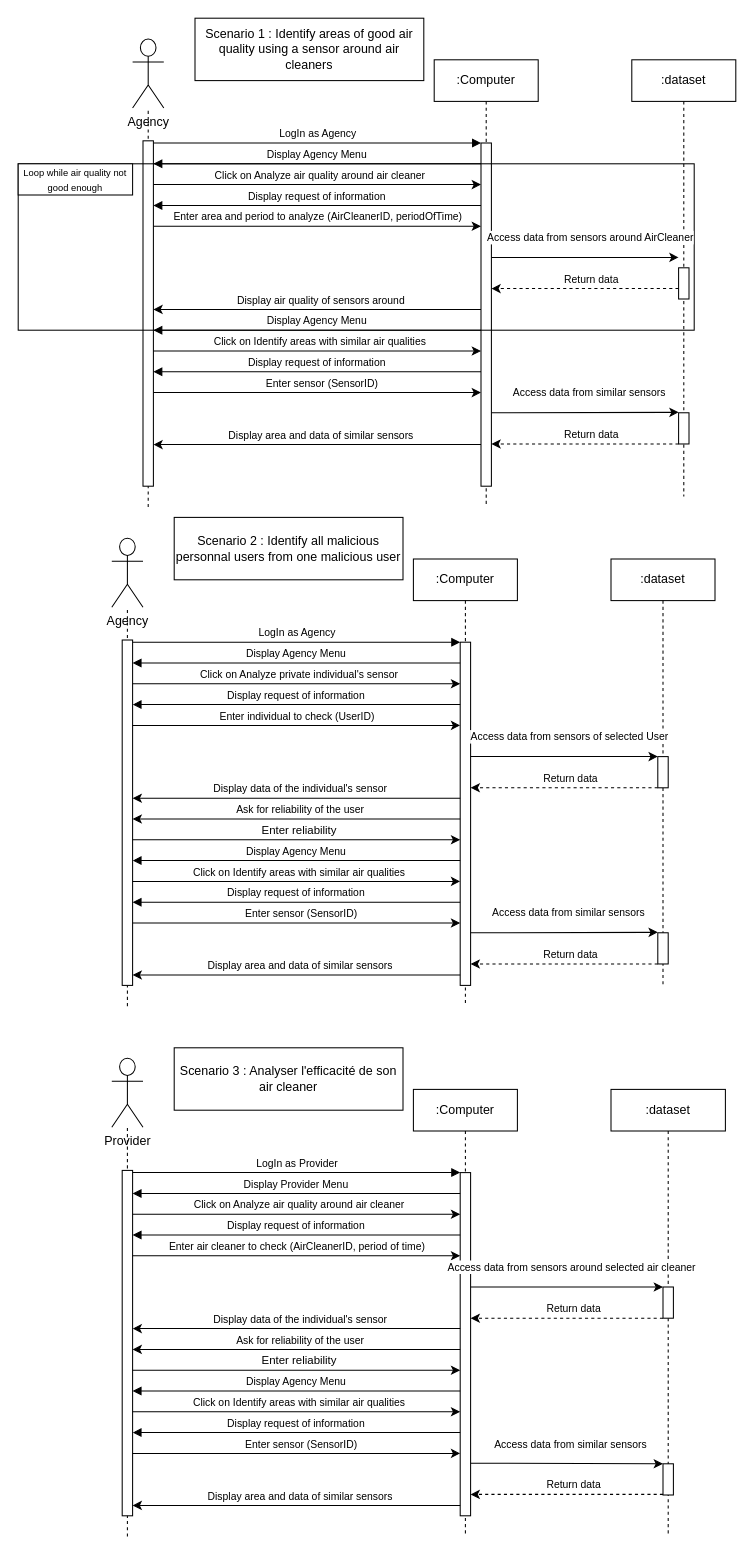
Before: Diagramme sans nom.drawio in Florian-LeVasseur/UML, a draw.io diagram. Source tidied: cells renumbered, new cells numbered last; positions are measured from the earlier drawing's top-left corner, leaving out a move shared by most shapes. Both pictures are drawn from the tidied source at 104%, with x=0, y=0 at pixel (18, 18).
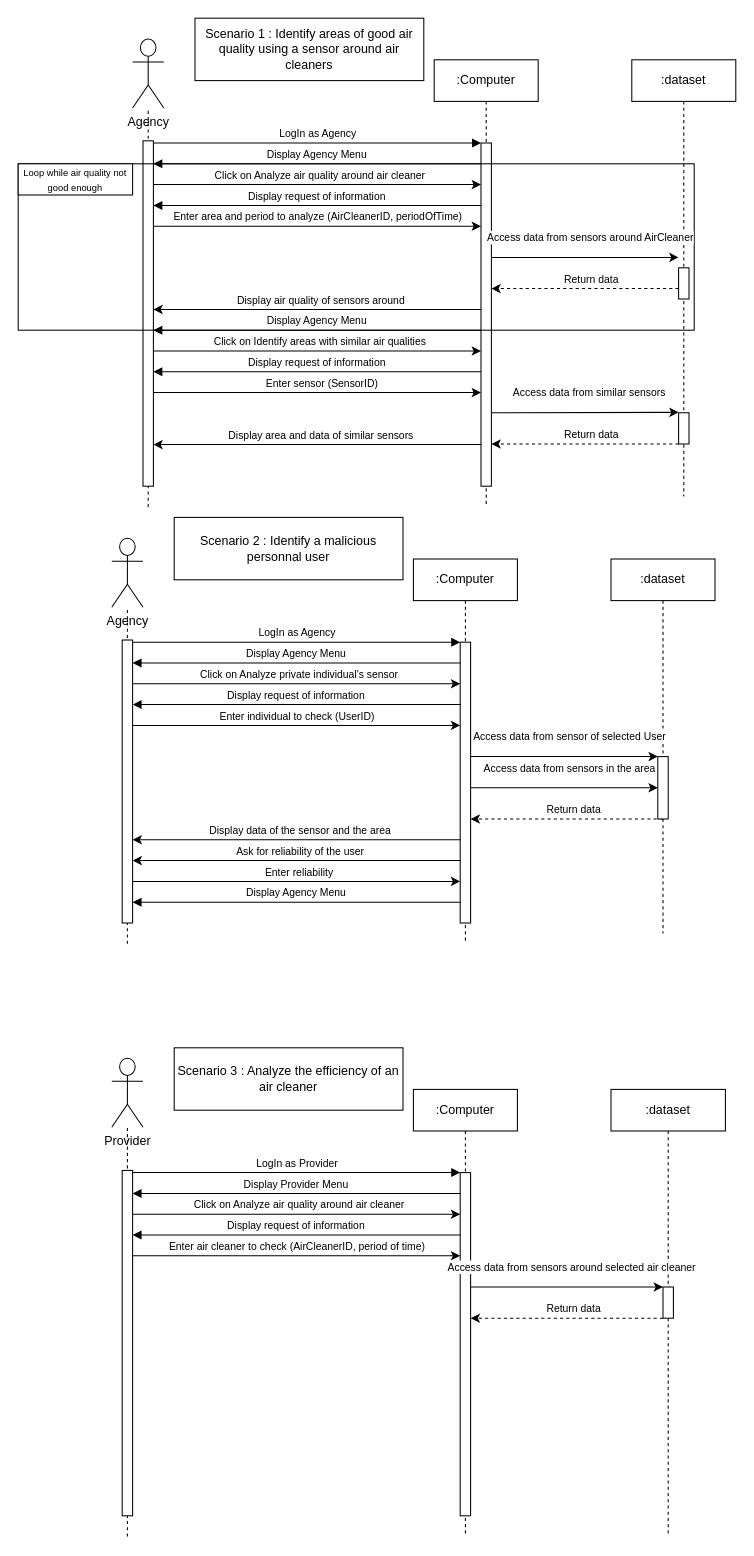
The same page after the edit.

Commit message (it also covers changes not shown here):
Mettre à jour Diagramme sans nom.drawio

The change refers to these unchanged cells:
```xml
<mxCell id="45" value="&lt;div&gt;Agency&lt;/div&gt;&lt;div&gt;&lt;br&gt;&lt;/div&gt;" style="shape=umlActor;verticalLabelPosition=bottom;verticalAlign=top;html=1;outlineConnect=0;" parent="44" vertex="1">
  <mxGeometry y="20" width="30" height="66.4" as="geometry" />
</mxCell>
<mxCell id="72" style="edgeStyle=elbowEdgeStyle;rounded=0;orthogonalLoop=1;jettySize=auto;html=1;elbow=vertical;curved=0;" parent="1" edge="1">
  <mxGeometry relative="1" as="geometry">
    <mxPoint x="435" y="710" as="sourcePoint" />
    <mxPoint x="615" y="710" as="targetPoint" />
  </mxGeometry>
</mxCell>
<mxCell id="82" style="group;" parent="1" vertex="1">
  <mxGeometry x="90" y="990" width="540" height="450" as="geometry" />
</mxCell>
<mxCell id="108" value="&lt;div&gt;:dataset&lt;/div&gt;" style="shape=umlLifeline;perimeter=lifelinePerimeter;whiteSpace=wrap;html=1;newEdgeStyle={&quot;edgeStyle&quot;:&quot;elbowEdgeStyle&quot;,&quot;elbow&quot;:&quot;vertical&quot;,&quot;curved&quot;:0,&quot;rounded&quot;:0};" parent="1" vertex="1">
  <mxGeometry x="570" y="1030" width="110" height="430" as="geometry" />
</mxCell>
```

Diff of the diagram source:
```diff
@@
     <mxCell id="39" value="&lt;div&gt;:Computer&lt;/div&gt;" style="shape=umlLifeline;perimeter=lifelinePerimeter;whiteSpace=wrap;html=1;newEdgeStyle={&quot;edgeStyle&quot;:&quot;elbowEdgeStyle&quot;,&quot;elbow&quot;:&quot;vertical&quot;,&quot;curved&quot;:0,&quot;rounded&quot;:0};" parent="1" vertex="1">
-      <mxGeometry x="380" y="520" width="100" height="430" as="geometry" />
+      <mxGeometry x="380" y="520" width="100" height="370" as="geometry" />
     </mxCell>
     <mxCell id="40" style="html=1;points=[];perimeter=orthogonalPerimeter;outlineConnect=0;targetShapes=umlLifeline;portConstraint=eastwest;newEdgeStyle={&quot;edgeStyle&quot;:&quot;elbowEdgeStyle&quot;,&quot;elbow&quot;:&quot;vertical&quot;,&quot;curved&quot;:0,&quot;rounded&quot;:0};" parent="39" vertex="1">
-      <mxGeometry x="45" y="80" width="10" height="330" as="geometry" />
+      <mxGeometry x="45" y="80" width="10" height="270" as="geometry" />
     </mxCell>
@@
     <mxCell id="43" style="endArrow=none;dashed=1;html=1;rounded=0;" parent="1" edge="1" target="45">
       <mxGeometry relative="1" as="geometry">
-        <mxPoint x="105" y="950" as="sourcePoint" />
+        <mxPoint x="105" y="890" as="sourcePoint" />
       </mxGeometry>
     </mxCell>
     <mxCell id="44" style="group;" parent="1" vertex="1">
-      <mxGeometry x="90" y="480" width="540" height="450" as="geometry" />
+      <mxGeometry x="90" y="480" width="540" height="480" as="geometry" />
     </mxCell>
@@
     <mxCell id="46" style="html=1;points=[];perimeter=orthogonalPerimeter;outlineConnect=0;targetShapes=umlLifeline;portConstraint=eastwest;newEdgeStyle={&quot;edgeStyle&quot;:&quot;elbowEdgeStyle&quot;,&quot;elbow&quot;:&quot;vertical&quot;,&quot;curved&quot;:0,&quot;rounded&quot;:0};" parent="44" vertex="1">
-      <mxGeometry x="10" y="117.9" width="10" height="332.1" as="geometry" />
+      <mxGeometry x="10" y="117.9" width="10" height="272.1" as="geometry" />
     </mxCell>
-    <mxCell id="47" style="edgeStyle=elbowEdgeStyle;rounded=0;orthogonalLoop=1;jettySize=auto;html=1;elbow=vertical;curved=0;" parent="44" edge="1">
-      <mxGeometry relative="1" as="geometry">
-        <mxPoint x="20" y="390" as="sourcePoint" />
-        <mxPoint x="335" y="390" as="targetPoint" />
-        <Array as="points">
-          <mxPoint x="230" y="390" />
-          <mxPoint x="210" y="360" />
-        </Array>
-      </mxGeometry>
-    </mxCell>
-    <mxCell id="48" value="&lt;font style=&quot;font-size: 10px;&quot;&gt;Enter sensor (SensorID)&lt;/font&gt;" style="edgeLabel;html=1;align=center;verticalAlign=middle;" parent="47" vertex="1">
-      <mxGeometry x="0.02" y="1" relative="1" as="geometry">
-        <mxPoint y="-9" as="offset" />
-      </mxGeometry>
-    </mxCell>
-    <mxCell id="49" style="edgeStyle=elbowEdgeStyle;rounded=0;orthogonalLoop=1;jettySize=auto;html=1;elbow=vertical;curved=0;" parent="44" edge="1">
-      <mxGeometry relative="1" as="geometry">
-        <mxPoint x="345" y="399.4" as="sourcePoint" />
-        <mxPoint x="525" y="399.4" as="targetPoint" />
-      </mxGeometry>
-    </mxCell>
-    <mxCell id="50" value="&lt;div&gt;&lt;font style=&quot;font-size: 10px;&quot;&gt;Access data from similar sensors&lt;/font&gt;&lt;/div&gt;" style="edgeLabel;html=1;align=center;verticalAlign=middle;" parent="49" vertex="1">
-      <mxGeometry x="-0.27" relative="1" as="geometry">
-        <mxPoint x="28" y="-20" as="offset" />
-      </mxGeometry>
-    </mxCell>
-    <mxCell id="51" style="edgeStyle=elbowEdgeStyle;rounded=0;jettySize=auto;html=1;elbow=vertical;curved=0;dashed=1;" parent="44" edge="1" source="70">
-      <mxGeometry relative="1" as="geometry">
-        <mxPoint x="345" y="429.4" as="targetPoint" />
-        <Array as="points">
-          <mxPoint x="400" y="429.4" />
-        </Array>
-      </mxGeometry>
-    </mxCell>
-    <mxCell id="52" value="&lt;font style=&quot;font-size: 10px;&quot;&gt;Return data&lt;/font&gt;" style="edgeLabel;html=1;align=center;verticalAlign=middle;" parent="51" vertex="1">
-      <mxGeometry x="-0.18" y="2" relative="1" as="geometry">
-        <mxPoint x="-11" y="-12" as="offset" />
-      </mxGeometry>
-    </mxCell>
     <mxCell id="53" value="&lt;font style=&quot;font-size: 10px;&quot;&gt;Display Agency Menu&lt;/font&gt;" style="html=1;verticalAlign=bottom;endArrow=block;edgeStyle=elbowEdgeStyle;elbow=vertical;curved=0;rounded=0;" parent="44" edge="1">
       <mxGeometry relative="1" as="geometry">
-        <mxPoint x="335" y="330" as="sourcePoint" />
-        <mxPoint x="20" y="330" as="targetPoint" />
+        <mxPoint x="335" y="370" as="sourcePoint" />
+        <mxPoint x="20" y="370" as="targetPoint" />
         <Array as="points">
-          <mxPoint x="130" y="330" />
-          <mxPoint x="260" y="350" />
+          <mxPoint x="130" y="370" />
+          <mxPoint x="260" y="390" />
         </Array>
       </mxGeometry>
     </mxCell>
-    <mxCell id="54" style="edgeStyle=elbowEdgeStyle;rounded=0;orthogonalLoop=1;jettySize=auto;html=1;elbow=vertical;curved=0;" parent="44" edge="1">
-      <mxGeometry relative="1" as="geometry">
-        <mxPoint x="20" y="350" as="sourcePoint" />
-        <mxPoint x="335" y="350" as="targetPoint" />
-      </mxGeometry>
-    </mxCell>
-    <mxCell id="55" value="&lt;font style=&quot;font-size: 10px;&quot;&gt;Click on Identify areas with similar air qualities&lt;br&gt;&lt;/font&gt;" style="edgeLabel;html=1;align=center;verticalAlign=middle;" parent="54" vertex="1">
-      <mxGeometry x="0.15" y="2" relative="1" as="geometry">
-        <mxPoint x="-22" y="-8" as="offset" />
-      </mxGeometry>
-    </mxCell>
-    <mxCell id="56" value="&lt;font style=&quot;font-size: 10px;&quot;&gt;Display request of information&lt;br&gt;&lt;/font&gt;" style="html=1;verticalAlign=bottom;endArrow=block;edgeStyle=elbowEdgeStyle;elbow=vertical;curved=0;rounded=0;" parent="44" edge="1">
-      <mxGeometry relative="1" as="geometry">
-        <mxPoint x="335" y="370" as="sourcePoint" />
-        <mxPoint x="20" y="370" as="targetPoint" />
-        <Array as="points">
-          <mxPoint x="130" y="370" />
-          <mxPoint x="260" y="390" />
-        </Array>
-      </mxGeometry>
-    </mxCell>
-    <mxCell id="57" style="edgeStyle=elbowEdgeStyle;rounded=0;orthogonalLoop=1;jettySize=auto;html=1;elbow=vertical;curved=0;" parent="44" edge="1">
-      <mxGeometry relative="1" as="geometry">
-        <mxPoint x="335" y="440" as="sourcePoint" />
-        <mxPoint x="20" y="440" as="targetPoint" />
-      </mxGeometry>
-    </mxCell>
-    <mxCell id="58" value="&lt;font style=&quot;font-size: 10px;&quot;&gt;Display area and data of similar sensors &lt;/font&gt;" style="edgeLabel;html=1;align=center;verticalAlign=middle;" parent="57" vertex="1">
-      <mxGeometry x="-0.11" y="-2" relative="1" as="geometry">
-        <mxPoint x="-15" y="-8" as="offset" />
-      </mxGeometry>
-    </mxCell>
     <mxCell id="59" style="edgeStyle=elbowEdgeStyle;rounded=0;orthogonalLoop=1;jettySize=auto;html=1;elbow=vertical;curved=0;" parent="44" edge="1">
       <mxGeometry relative="1" as="geometry">
-        <mxPoint x="335" y="270" as="sourcePoint" />
-        <mxPoint x="20" y="270" as="targetPoint" />
+        <mxPoint x="335" y="310" as="sourcePoint" />
+        <mxPoint x="20" y="310" as="targetPoint" />
       </mxGeometry>
     </mxCell>
-    <mxCell id="60" value="&lt;font style=&quot;font-size: 10px;&quot;&gt;Display data of the individual's sensor &lt;/font&gt;" style="edgeLabel;html=1;align=center;verticalAlign=middle;" parent="59" vertex="1">
+    <mxCell id="60" value="&lt;font style=&quot;font-size: 10px;&quot;&gt;Display data of the sensor and the area &lt;/font&gt;" style="edgeLabel;html=1;align=center;verticalAlign=middle;" parent="59" vertex="1">
       <mxGeometry x="-0.11" y="-2" relative="1" as="geometry">
         <mxPoint x="-15" y="-8" as="offset" />
       </mxGeometry>
     </mxCell>
     <mxCell id="61" style="edgeStyle=elbowEdgeStyle;rounded=0;orthogonalLoop=1;jettySize=auto;html=1;elbow=vertical;curved=0;" parent="44" edge="1">
       <mxGeometry relative="1" as="geometry">
-        <mxPoint x="335" y="290" as="sourcePoint" />
-        <mxPoint x="20" y="290" as="targetPoint" />
+        <mxPoint x="335" y="330" as="sourcePoint" />
+        <mxPoint x="20" y="330" as="targetPoint" />
       </mxGeometry>
     </mxCell>
@@
     <mxCell id="63" style="edgeStyle=elbowEdgeStyle;rounded=0;orthogonalLoop=1;jettySize=auto;html=1;elbow=vertical;curved=0;" parent="44" edge="1">
       <mxGeometry relative="1" as="geometry">
-        <mxPoint x="20" y="310" as="sourcePoint" />
-        <mxPoint x="335" y="310" as="targetPoint" />
+        <mxPoint x="20" y="350" as="sourcePoint" />
+        <mxPoint x="335" y="350" as="targetPoint" />
       </mxGeometry>
     </mxCell>
-    <mxCell id="64" value="Enter reliability" style="edgeLabel;html=1;align=center;verticalAlign=middle;" parent="63" vertex="1">
+    <mxCell id="64" value="&lt;font style=&quot;font-size: 10px;&quot;&gt;Enter reliability&lt;/font&gt;" style="edgeLabel;html=1;align=center;verticalAlign=middle;" parent="63" vertex="1">
       <mxGeometry x="0.15" y="2" relative="1" as="geometry">
         <mxPoint x="-22" y="-8" as="offset" />
       </mxGeometry>
     </mxCell>
+    <mxCell id="74" style="edgeStyle=elbowEdgeStyle;rounded=0;jettySize=auto;html=1;elbow=vertical;curved=0;dashed=1;" parent="44" edge="1" target="40">
+      <mxGeometry relative="1" as="geometry">
+        <mxPoint x="530" y="290" as="sourcePoint" />
+      </mxGeometry>
+    </mxCell>
+    <mxCell id="75" value="&lt;font style=&quot;font-size: 10px;&quot;&gt;Return data&lt;/font&gt;" style="edgeLabel;html=1;align=center;verticalAlign=middle;" parent="74" vertex="1">
+      <mxGeometry x="-0.18" y="2" relative="1" as="geometry">
+        <mxPoint x="-11" y="-12" as="offset" />
+      </mxGeometry>
+    </mxCell>
@@
     <mxCell id="69" value="&lt;div&gt;:dataset&lt;/div&gt;" style="shape=umlLifeline;perimeter=lifelinePerimeter;whiteSpace=wrap;html=1;newEdgeStyle={&quot;edgeStyle&quot;:&quot;elbowEdgeStyle&quot;,&quot;elbow&quot;:&quot;vertical&quot;,&quot;curved&quot;:0,&quot;rounded&quot;:0};size=40;" parent="1" vertex="1">
-      <mxGeometry x="570" y="520" width="100" height="410" as="geometry" />
+      <mxGeometry x="570" y="520" width="100" height="360" as="geometry" />
     </mxCell>
-    <mxCell id="70" style="html=1;points=[];perimeter=orthogonalPerimeter;outlineConnect=0;targetShapes=umlLifeline;portConstraint=eastwest;newEdgeStyle={&quot;edgeStyle&quot;:&quot;elbowEdgeStyle&quot;,&quot;elbow&quot;:&quot;vertical&quot;,&quot;curved&quot;:0,&quot;rounded&quot;:0};" parent="69" vertex="1">
-      <mxGeometry x="45" y="359.4" width="10" height="30" as="geometry" />
-    </mxCell>
-    <mxCell id="71" value="Scenario 2 : Identify all malicious personnal users from one malicious user" style="rounded=0;whiteSpace=wrap;html=1;" parent="1" vertex="1">
+    <mxCell id="71" value="Scenario 2 : Identify a malicious personnal user" style="rounded=0;whiteSpace=wrap;html=1;" parent="1" vertex="1">
       <mxGeometry x="150" y="480" width="220" height="60" as="geometry" />
     </mxCell>
@@
-    <mxCell id="73" value="&lt;font style=&quot;font-size: 10px;&quot;&gt;Access data from sensors of selected User&lt;br&gt;&lt;/font&gt;" style="edgeLabel;html=1;align=center;verticalAlign=middle;" parent="72" vertex="1">
+    <mxCell id="73" value="&lt;font style=&quot;font-size: 10px;&quot;&gt;Access data from sensor of selected User&lt;br&gt;&lt;/font&gt;" style="edgeLabel;html=1;align=center;verticalAlign=middle;" parent="72" vertex="1">
       <mxGeometry x="-0.27" relative="1" as="geometry">
         <mxPoint x="28" y="-20" as="offset" />
       </mxGeometry>
     </mxCell>
-    <mxCell id="74" style="edgeStyle=elbowEdgeStyle;rounded=0;orthogonalLoop=1;jettySize=auto;html=1;elbow=vertical;curved=0;dashed=1;" parent="1" edge="1">
-      <mxGeometry relative="1" as="geometry">
-        <mxPoint x="615" y="740" as="sourcePoint" />
-        <mxPoint x="435" y="740" as="targetPoint" />
-      </mxGeometry>
-    </mxCell>
-    <mxCell id="75" value="&lt;font style=&quot;font-size: 10px;&quot;&gt;Return data&lt;/font&gt;" style="edgeLabel;html=1;align=center;verticalAlign=middle;" parent="74" vertex="1">
-      <mxGeometry x="-0.18" y="2" relative="1" as="geometry">
-        <mxPoint x="-11" y="-12" as="offset" />
-      </mxGeometry>
-    </mxCell>
@@
-    <mxCell id="85" style="edgeStyle=elbowEdgeStyle;rounded=0;orthogonalLoop=1;jettySize=auto;html=1;elbow=vertical;curved=0;" parent="82" edge="1">
-      <mxGeometry relative="1" as="geometry">
-        <mxPoint x="20" y="390" as="sourcePoint" />
-        <mxPoint x="335" y="390" as="targetPoint" />
-        <Array as="points">
-          <mxPoint x="230" y="390" />
-          <mxPoint x="210" y="360" />
-        </Array>
-      </mxGeometry>
-    </mxCell>
-    <mxCell id="86" value="&lt;font style=&quot;font-size: 10px;&quot;&gt;Enter sensor (SensorID)&lt;/font&gt;" style="edgeLabel;html=1;align=center;verticalAlign=middle;" parent="85" vertex="1">
-      <mxGeometry x="0.02" y="1" relative="1" as="geometry">
-        <mxPoint y="-9" as="offset" />
-      </mxGeometry>
-    </mxCell>
-    <mxCell id="87" style="edgeStyle=elbowEdgeStyle;rounded=0;jettySize=auto;html=1;elbow=vertical;curved=0;" parent="82" edge="1" target="109">
-      <mxGeometry relative="1" as="geometry">
-        <mxPoint x="345" y="399.4" as="sourcePoint" />
-      </mxGeometry>
-    </mxCell>
-    <mxCell id="88" value="&lt;div&gt;&lt;font style=&quot;font-size: 10px;&quot;&gt;Access data from similar sensors&lt;/font&gt;&lt;/div&gt;" style="edgeLabel;html=1;align=center;verticalAlign=middle;" parent="87" vertex="1">
-      <mxGeometry x="-0.27" relative="1" as="geometry">
-        <mxPoint x="28" y="-20" as="offset" />
-      </mxGeometry>
-    </mxCell>
-    <mxCell id="89" style="edgeStyle=elbowEdgeStyle;rounded=0;jettySize=auto;html=1;elbow=vertical;curved=0;dashed=1;" parent="82" edge="1" source="109">
-      <mxGeometry relative="1" as="geometry">
-        <mxPoint x="345" y="429.4" as="targetPoint" />
-        <Array as="points">
-          <mxPoint x="400" y="429.4" />
-        </Array>
-      </mxGeometry>
-    </mxCell>
-    <mxCell id="90" value="&lt;font style=&quot;font-size: 10px;&quot;&gt;Return data&lt;/font&gt;" style="edgeLabel;html=1;align=center;verticalAlign=middle;" parent="89" vertex="1">
-      <mxGeometry x="-0.18" y="2" relative="1" as="geometry">
-        <mxPoint x="-11" y="-12" as="offset" />
-      </mxGeometry>
-    </mxCell>
-    <mxCell id="91" value="&lt;font style=&quot;font-size: 10px;&quot;&gt;Display Agency Menu&lt;/font&gt;" style="html=1;verticalAlign=bottom;endArrow=block;edgeStyle=elbowEdgeStyle;elbow=vertical;curved=0;rounded=0;" parent="82" edge="1">
-      <mxGeometry relative="1" as="geometry">
-        <mxPoint x="335" y="330" as="sourcePoint" />
-        <mxPoint x="20" y="330" as="targetPoint" />
-        <Array as="points">
-          <mxPoint x="130" y="330" />
-          <mxPoint x="260" y="350" />
-        </Array>
-      </mxGeometry>
-    </mxCell>
-    <mxCell id="92" style="edgeStyle=elbowEdgeStyle;rounded=0;orthogonalLoop=1;jettySize=auto;html=1;elbow=vertical;curved=0;" parent="82" edge="1">
-      <mxGeometry relative="1" as="geometry">
-        <mxPoint x="20" y="350" as="sourcePoint" />
-        <mxPoint x="335" y="350" as="targetPoint" />
-      </mxGeometry>
-    </mxCell>
-    <mxCell id="93" value="&lt;font style=&quot;font-size: 10px;&quot;&gt;Click on Identify areas with similar air qualities&lt;br&gt;&lt;/font&gt;" style="edgeLabel;html=1;align=center;verticalAlign=middle;" parent="92" vertex="1">
-      <mxGeometry x="0.15" y="2" relative="1" as="geometry">
-        <mxPoint x="-22" y="-8" as="offset" />
-      </mxGeometry>
-    </mxCell>
-    <mxCell id="94" value="&lt;font style=&quot;font-size: 10px;&quot;&gt;Display request of information&lt;br&gt;&lt;/font&gt;" style="html=1;verticalAlign=bottom;endArrow=block;edgeStyle=elbowEdgeStyle;elbow=vertical;curved=0;rounded=0;" parent="82" edge="1">
-      <mxGeometry relative="1" as="geometry">
-        <mxPoint x="335" y="370" as="sourcePoint" />
-        <mxPoint x="20" y="370" as="targetPoint" />
-        <Array as="points">
-          <mxPoint x="130" y="370" />
-          <mxPoint x="260" y="390" />
-        </Array>
-      </mxGeometry>
-    </mxCell>
-    <mxCell id="95" style="edgeStyle=elbowEdgeStyle;rounded=0;orthogonalLoop=1;jettySize=auto;html=1;elbow=vertical;curved=0;" parent="82" edge="1">
-      <mxGeometry relative="1" as="geometry">
-        <mxPoint x="335" y="440" as="sourcePoint" />
-        <mxPoint x="20" y="440" as="targetPoint" />
-      </mxGeometry>
-    </mxCell>
-    <mxCell id="96" value="&lt;font style=&quot;font-size: 10px;&quot;&gt;Display area and data of similar sensors &lt;/font&gt;" style="edgeLabel;html=1;align=center;verticalAlign=middle;" parent="95" vertex="1">
-      <mxGeometry x="-0.11" y="-2" relative="1" as="geometry">
-        <mxPoint x="-15" y="-8" as="offset" />
-      </mxGeometry>
-    </mxCell>
-    <mxCell id="97" style="edgeStyle=elbowEdgeStyle;rounded=0;orthogonalLoop=1;jettySize=auto;html=1;elbow=vertical;curved=0;" parent="82" edge="1">
-      <mxGeometry relative="1" as="geometry">
-        <mxPoint x="335" y="270" as="sourcePoint" />
-        <mxPoint x="20" y="270" as="targetPoint" />
-      </mxGeometry>
-    </mxCell>
-    <mxCell id="98" value="&lt;font style=&quot;font-size: 10px;&quot;&gt;Display data of the individual's sensor &lt;/font&gt;" style="edgeLabel;html=1;align=center;verticalAlign=middle;" parent="97" vertex="1">
-      <mxGeometry x="-0.11" y="-2" relative="1" as="geometry">
-        <mxPoint x="-15" y="-8" as="offset" />
-      </mxGeometry>
-    </mxCell>
-    <mxCell id="99" style="edgeStyle=elbowEdgeStyle;rounded=0;orthogonalLoop=1;jettySize=auto;html=1;elbow=vertical;curved=0;" parent="82" edge="1">
-      <mxGeometry relative="1" as="geometry">
-        <mxPoint x="335" y="290" as="sourcePoint" />
-        <mxPoint x="20" y="290" as="targetPoint" />
-      </mxGeometry>
-    </mxCell>
-    <mxCell id="100" value="&lt;font style=&quot;font-size: 10px;&quot;&gt;Ask for reliability of the user&lt;/font&gt;" style="edgeLabel;html=1;align=center;verticalAlign=middle;" parent="99" vertex="1">
-      <mxGeometry x="-0.11" y="-2" relative="1" as="geometry">
-        <mxPoint x="-15" y="-8" as="offset" />
-      </mxGeometry>
-    </mxCell>
-    <mxCell id="101" style="edgeStyle=elbowEdgeStyle;rounded=0;orthogonalLoop=1;jettySize=auto;html=1;elbow=vertical;curved=0;" parent="82" edge="1">
-      <mxGeometry relative="1" as="geometry">
-        <mxPoint x="20" y="310" as="sourcePoint" />
-        <mxPoint x="335" y="310" as="targetPoint" />
-      </mxGeometry>
-    </mxCell>
-    <mxCell id="102" value="Enter reliability" style="edgeLabel;html=1;align=center;verticalAlign=middle;" parent="101" vertex="1">
-      <mxGeometry x="0.15" y="2" relative="1" as="geometry">
-        <mxPoint x="-22" y="-8" as="offset" />
-      </mxGeometry>
-    </mxCell>
@@
-    <mxCell id="107" value="Scenario 3 : Analyser l'efficacité de son air cleaner" style="rounded=0;whiteSpace=wrap;html=1;" parent="1" vertex="1">
+    <mxCell id="107" value="Scenario 3 : Analyze the efficiency of an air cleaner" style="rounded=0;whiteSpace=wrap;html=1;" parent="1" vertex="1">
       <mxGeometry x="150" y="990" width="220" height="60" as="geometry" />
     </mxCell>
@@
-    <mxCell id="109" style="html=1;points=[];perimeter=orthogonalPerimeter;outlineConnect=0;targetShapes=umlLifeline;portConstraint=eastwest;newEdgeStyle={&quot;edgeStyle&quot;:&quot;elbowEdgeStyle&quot;,&quot;elbow&quot;:&quot;vertical&quot;,&quot;curved&quot;:0,&quot;rounded&quot;:0};" parent="108" vertex="1">
-      <mxGeometry x="50" y="360" width="10" height="30" as="geometry" />
-    </mxCell>
@@
     <mxCell id="116" style="html=1;points=[];perimeter=orthogonalPerimeter;outlineConnect=0;targetShapes=umlLifeline;portConstraint=eastwest;newEdgeStyle={&quot;edgeStyle&quot;:&quot;elbowEdgeStyle&quot;,&quot;elbow&quot;:&quot;vertical&quot;,&quot;curved&quot;:0,&quot;rounded&quot;:0};" parent="1" vertex="1">
-      <mxGeometry x="615" y="710" width="10" height="30" as="geometry" />
+      <mxGeometry x="615" y="710" width="10" height="60" as="geometry" />
     </mxCell>
+    <mxCell id="49" style="edgeStyle=elbowEdgeStyle;rounded=0;jettySize=auto;html=1;elbow=vertical;curved=0;" parent="1" edge="1" source="40" target="116">
+      <mxGeometry relative="1" as="geometry">
+        <Array as="points">
+          <mxPoint x="440" y="740" />
+        </Array>
+      </mxGeometry>
+    </mxCell>
+    <mxCell id="50" value="&lt;div&gt;&lt;font style=&quot;font-size: 10px;&quot;&gt;Access data from sensors in the area&lt;br&gt;&lt;/font&gt;&lt;/div&gt;" style="edgeLabel;html=1;align=center;verticalAlign=middle;" parent="49" vertex="1">
+      <mxGeometry x="-0.27" relative="1" as="geometry">
+        <mxPoint x="28" y="-20" as="offset" />
+      </mxGeometry>
+    </mxCell>
```
